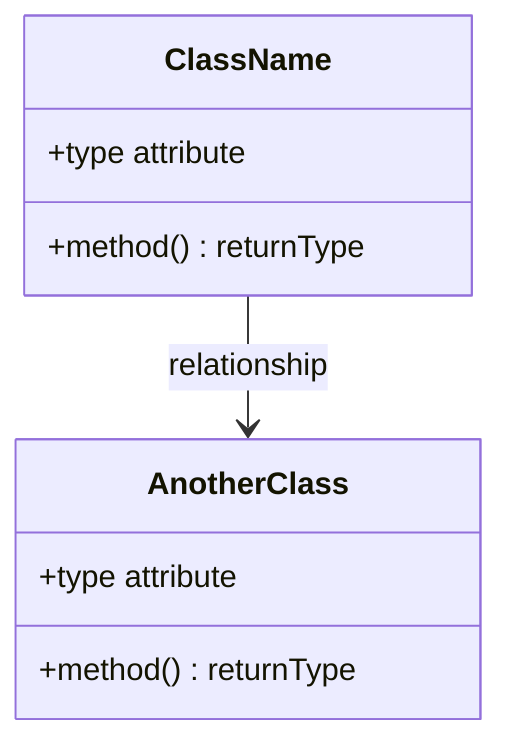
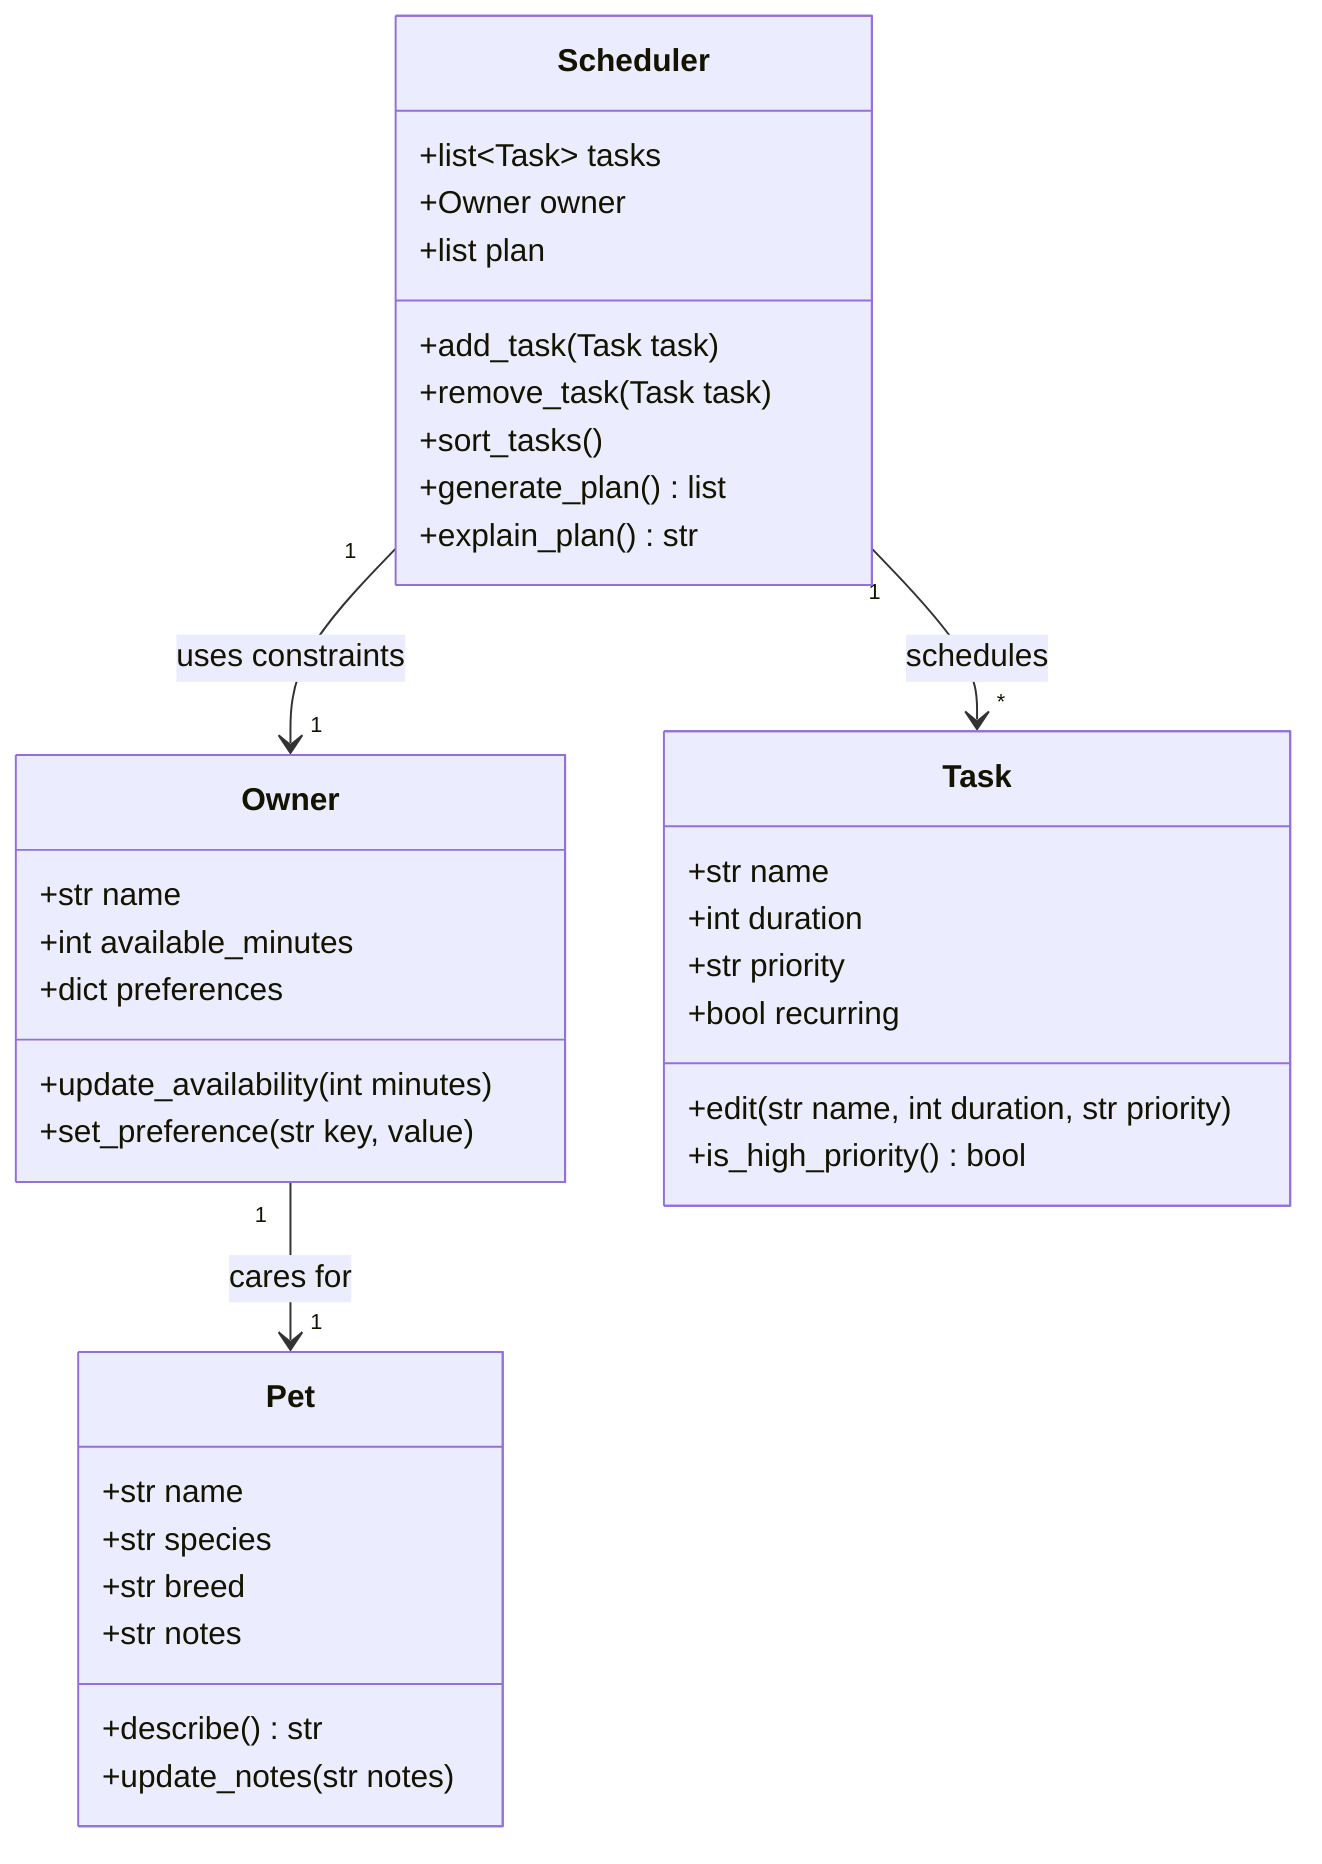
classDiagram
-     %% Replace the placeholders below with your actual classes, attributes, methods, and relationships.
-     %% Keep this file updated so it matches your final implementation.
- 
-     class ClassName {
-         +type attribute
-         +method() returnType
+     class Owner {
+         +str name
+         +int available_minutes
+         +dict preferences
+         +update_availability(int minutes)
+         +set_preference(str key, value)
    }

-     class AnotherClass {
-         +type attribute
-         +method() returnType
+     class Pet {
+         +str name
+         +str species
+         +str breed
+         +str notes
+         +describe() str
+         +update_notes(str notes)
    }

-     ClassName --> AnotherClass : relationship
+     class Task {
+         +str name
+         +int duration
+         +str priority
+         +bool recurring
+         +edit(str name, int duration, str priority)
+         +is_high_priority() bool
+     }
+ 
+     class Scheduler {
+         +list~Task~ tasks
+         +Owner owner
+         +list plan
+         +add_task(Task task)
+         +remove_task(Task task)
+         +sort_tasks()
+         +generate_plan() list
+         +explain_plan() str
+     }
+ 
+     Owner "1" --> "1" Pet : cares for
+     Scheduler "1" --> "1" Owner : uses constraints
+     Scheduler "1" --> "*" Task : schedules
